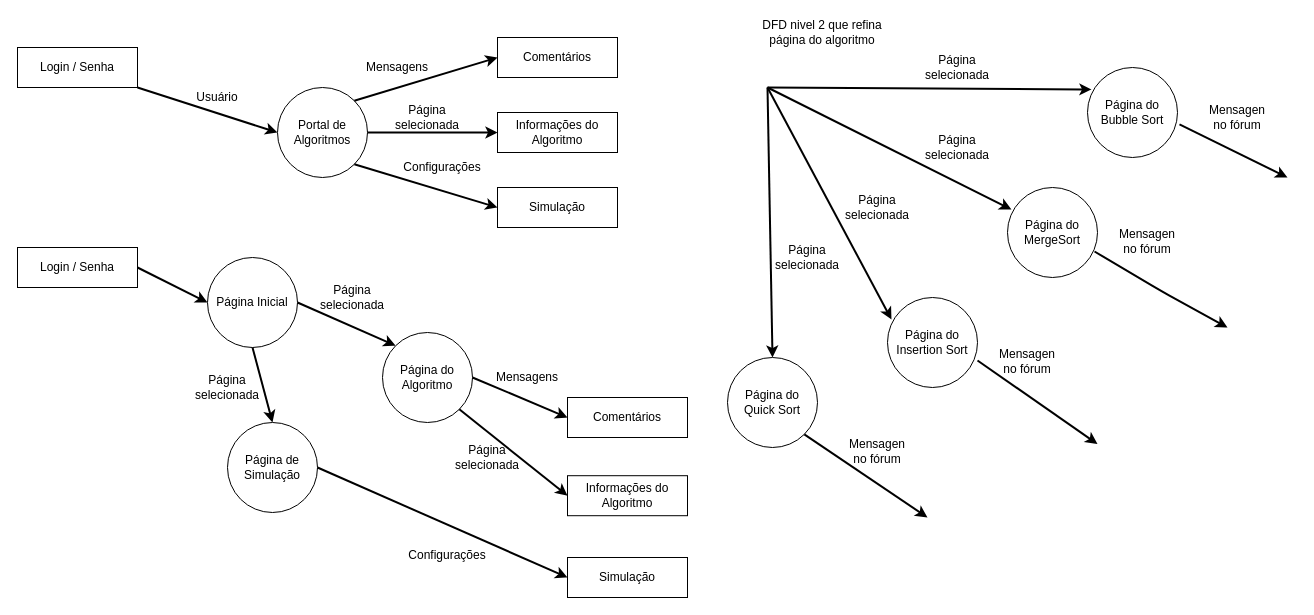
Above: imagensEdiagramas/DFD.drawio in 12pedro07/12pedro07.github.io (draw.io), before the change. Source tidied: cells renumbered, new cells numbered last; positions are measured from the earlier drawing's top-left corner, leaving out a move shared by most shapes. Both pictures are drawn from the tidied source at 100%, with x=0, y=0 at pixel (17, 17).
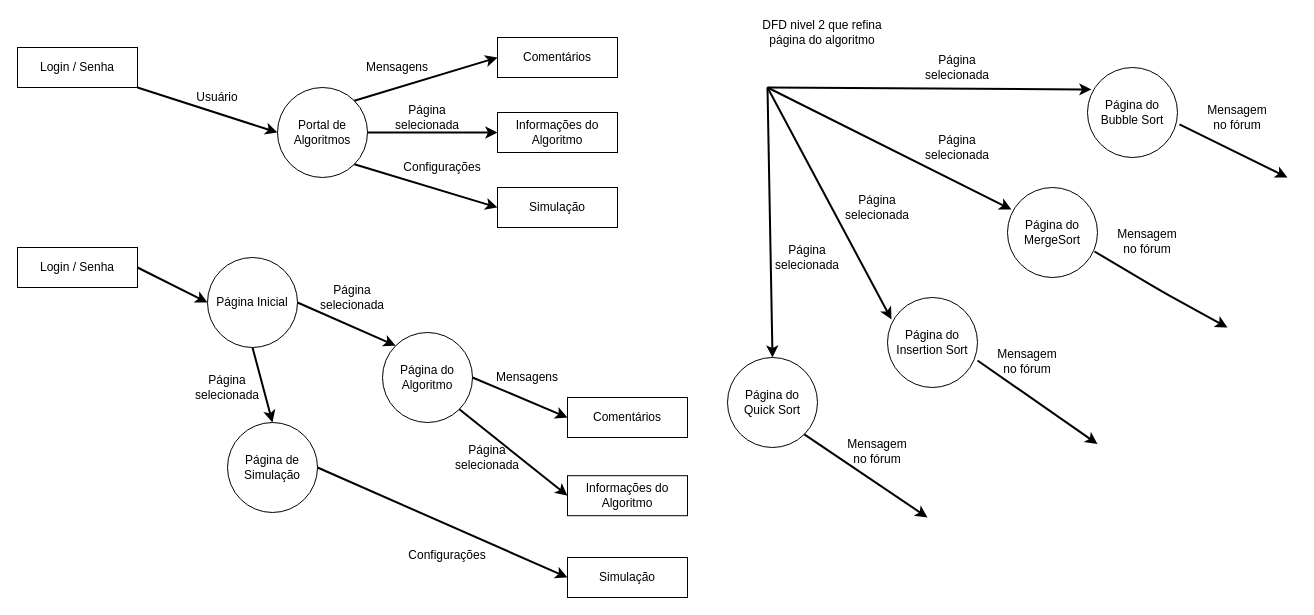
The same page after the edit.

Diff of the diagram source:
```diff
@@
-    <mxCell id="46" value="&lt;div&gt;Mensagen&lt;/div&gt;&lt;div&gt;no fórum&lt;br&gt;&lt;/div&gt;" style="text;html=1;strokeColor=none;fillColor=none;align=center;verticalAlign=middle;whiteSpace=wrap;rounded=0;" parent="1" vertex="1">
+    <mxCell id="46" value="&lt;div&gt;Mensagem&lt;/div&gt;&lt;div&gt;no fórum&lt;br&gt;&lt;/div&gt;" style="text;html=1;strokeColor=none;fillColor=none;align=center;verticalAlign=middle;whiteSpace=wrap;rounded=0;" parent="1" vertex="1">
       <mxGeometry x="820" y="418.2" width="80" height="31.8" as="geometry" />
     </mxCell>
-    <mxCell id="47" value="&lt;div&gt;Mensagen&lt;/div&gt;&lt;div&gt;no fórum&lt;br&gt;&lt;/div&gt;" style="text;html=1;strokeColor=none;fillColor=none;align=center;verticalAlign=middle;whiteSpace=wrap;rounded=0;" parent="1" vertex="1">
+    <mxCell id="47" value="&lt;div&gt;Mensagem&lt;/div&gt;&lt;div&gt;no fórum&lt;br&gt;&lt;/div&gt;" style="text;html=1;strokeColor=none;fillColor=none;align=center;verticalAlign=middle;whiteSpace=wrap;rounded=0;" parent="1" vertex="1">
       <mxGeometry x="970" y="328.2" width="80" height="31.8" as="geometry" />
     </mxCell>
-    <mxCell id="48" value="&lt;div&gt;Mensagen&lt;/div&gt;&lt;div&gt;no fórum&lt;br&gt;&lt;/div&gt;" style="text;html=1;strokeColor=none;fillColor=none;align=center;verticalAlign=middle;whiteSpace=wrap;rounded=0;" parent="1" vertex="1">
+    <mxCell id="48" value="&lt;div&gt;Mensagem&lt;/div&gt;&lt;div&gt;no fórum&lt;br&gt;&lt;/div&gt;" style="text;html=1;strokeColor=none;fillColor=none;align=center;verticalAlign=middle;whiteSpace=wrap;rounded=0;" parent="1" vertex="1">
       <mxGeometry x="1090" y="208.2" width="80" height="31.8" as="geometry" />
     </mxCell>
-    <mxCell id="49" value="&lt;div&gt;Mensagen&lt;/div&gt;&lt;div&gt;no fórum&lt;br&gt;&lt;/div&gt;" style="text;html=1;strokeColor=none;fillColor=none;align=center;verticalAlign=middle;whiteSpace=wrap;rounded=0;" parent="1" vertex="1">
+    <mxCell id="49" value="&lt;div&gt;Mensagem&lt;/div&gt;&lt;div&gt;no fórum&lt;br&gt;&lt;/div&gt;" style="text;html=1;strokeColor=none;fillColor=none;align=center;verticalAlign=middle;whiteSpace=wrap;rounded=0;" parent="1" vertex="1">
       <mxGeometry x="1180" y="84.1" width="80" height="31.8" as="geometry" />
     </mxCell>
```
